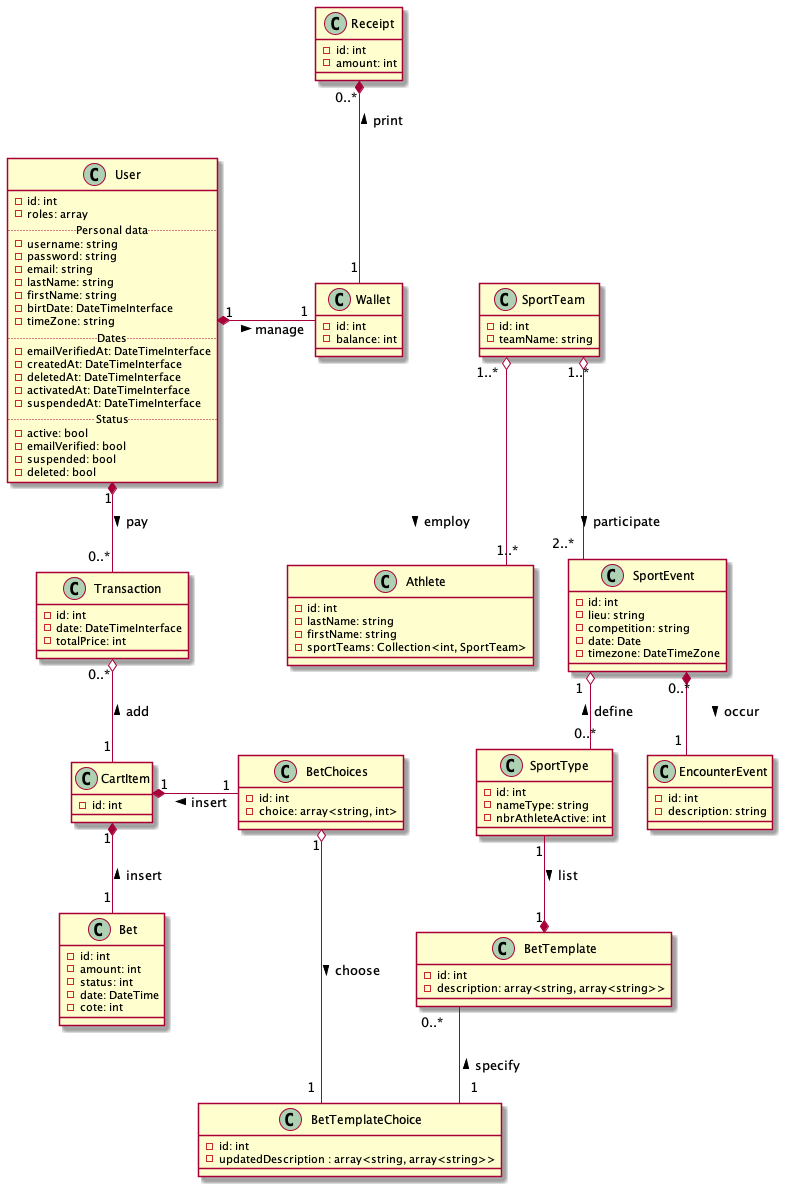
OFP-CDA-Mulhouse-2020/parisportif3 keeps this PlantUML diagram as UML/PariSportifUML.png. Above is the earlier version.
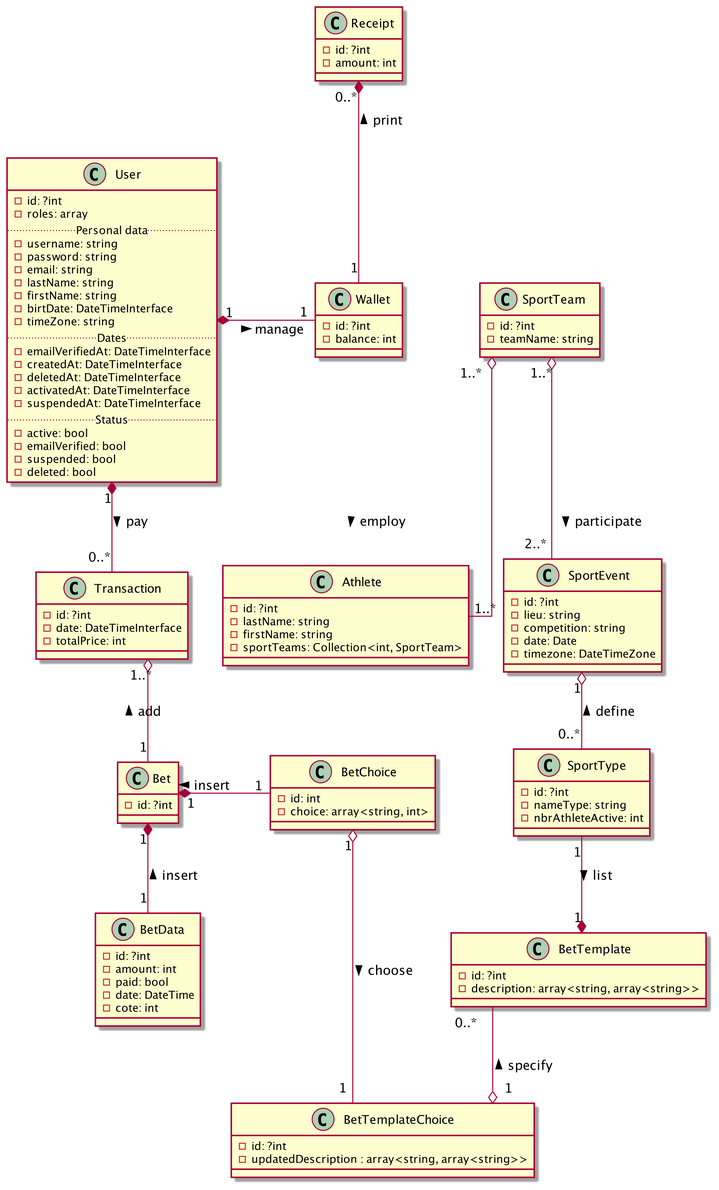
The same file after the commit.

Commit message:
UML Transformation d'une association en agrégation

Diff of the diagram source:
```diff
@@ -3,7 +3,7 @@
 skinparam linetype ortho
 
 class User {
-    -id: int
+    -id: ?int
     -roles: array
     ..Personal data..
     -username: string
@@ -27,57 +27,57 @@
 }
 
 class Athlete {
-    -id: int
+    -id: ?int
     -lastName: string
     -firstName: string
     -sportTeams: Collection<int, SportTeam>
 }
 
 class Receipt{
-    -id: int
+    -id: ?int
     -amount: int
 }
 
 class Wallet {
-    -id: int
+    -id: ?int
     -balance: int
 }
 
 class Transaction{
-    -id: int
+    -id: ?int
     -date: DateTimeInterface
     -totalPrice: int
 }
 
-class CartItem{
-    -id: int
+class Bet{
+    -id: ?int
 }
 
-class Bet {
-    -id: int
+class BetData {
+    -id: ?int
     -amount: int
-    -status: int
+    -paid: bool
     -date: DateTime
     -cote: int
 }
 
-class BetChoices{
+class BetChoice{
     -id: int
     -choice: array<string, int>
 }
 
 class BetTemplate{
-    -id: int
+    -id: ?int
     -description: array<string, array<string>>
 }
 
 class BetTemplateChoice{
-    -id: int
+    -id: ?int
     -updatedDescription : array<string, array<string>>
 }
 
 class SportEvent {
-    -id: int
+    -id: ?int
     -lieu: string
     -competition: string
     -date: Date
@@ -85,38 +85,30 @@
 }
 
 class SportTeam {
-    -id: int
+    -id: ?int
     -teamName: string
 }
 
 class SportType {
-    -id: int
+    -id: ?int
     -nameType: string
     -nbrAthleteActive: int
-}
-
-class EncounterEvent{
-    -id: int
-    -description: string
 }
 
 
 User "1" *- "1" Wallet : manage >
 User "1" *-- "0..*" Transaction : pay >
 Receipt "0..*" *-- "1" Wallet : print <
-SportEvent "0..*"  *-- "1" EncounterEvent : occur >
-CartItem "1" *- "1" BetChoices : insert <
-CartItem "1" *-- "1" Bet : insert <
+Bet "1" *- "1" BetChoice : insert <
+Bet "1" *-- "1" BetData : insert <
 SportType "1" --* "1" BetTemplate : list >
 
 
 SportTeam "1..*" o-- "1..*" Athlete : employ >
-Transaction "0..*" o-- "1" CartItem : add <
+Transaction "1..*" o-- "1" Bet : add <
 SportTeam "1..*" o-- "2..*" SportEvent : participate >
 SportEvent "1" o-- "0..*" SportType : define <
-BetChoices "1" o--- "1" BetTemplateChoice: choose >
-
-
-BetTemplate "0..*" -- "1" BetTemplateChoice : specify <
+BetChoice "1" o--- "1" BetTemplateChoice: choose >
+BetTemplate "0..*" --o "1" BetTemplateChoice : specify <
 
 @enduml
```
